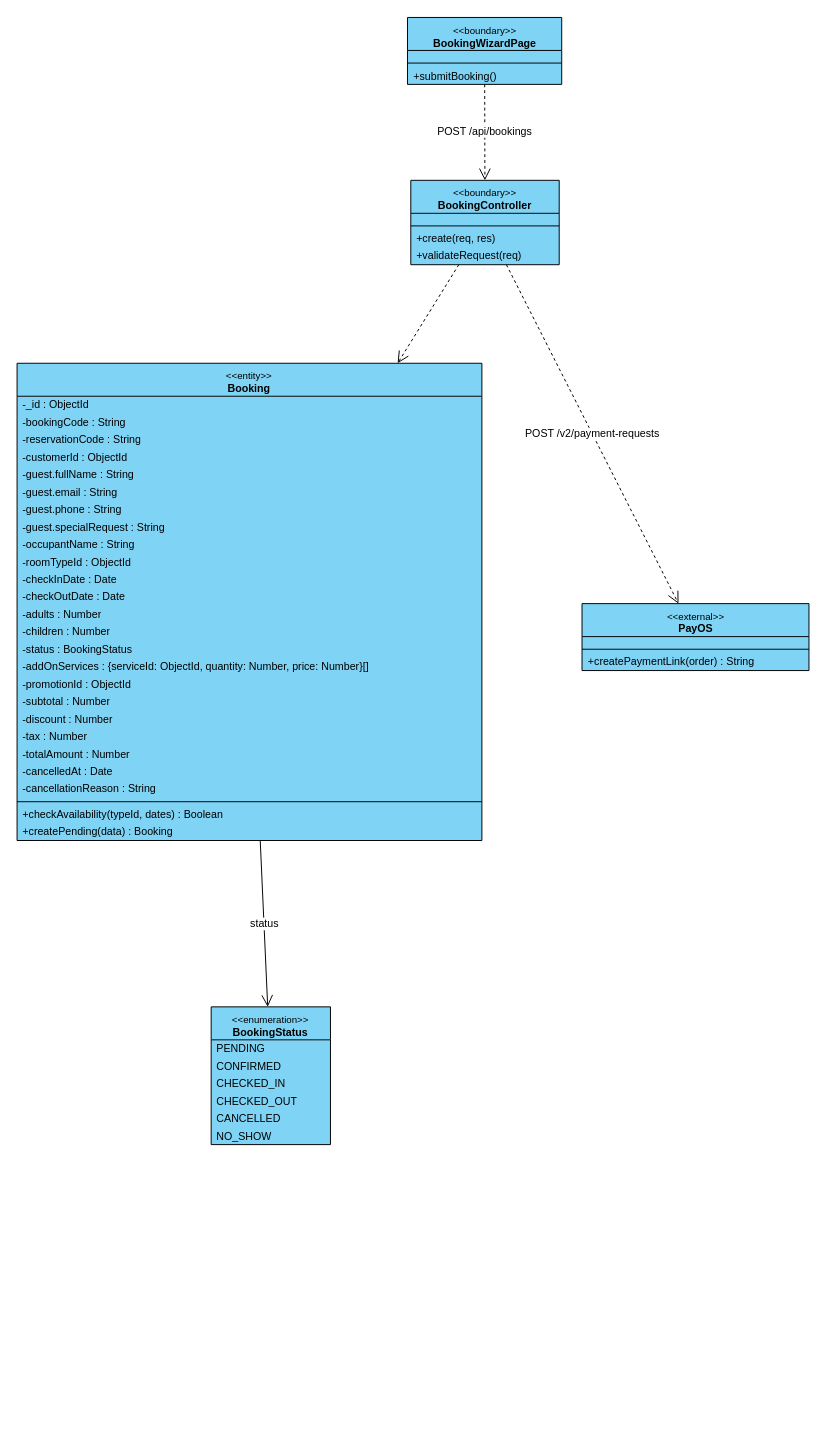
Earlier version of the draw.io diagram final/diagrams/M3_Booking-And-Customer_Diagrams/class_diagrams/CD-10_UC-G07_BookRoom.drawio (toikobi401/SWD392). Source tidied: cells renumbered, new cells numbered last; positions are measured from the earlier drawing's top-left corner, leaving out a move shared by most shapes. Both pictures are drawn from the tidied source at 97%, with x=0, y=0 at pixel (16, 16).
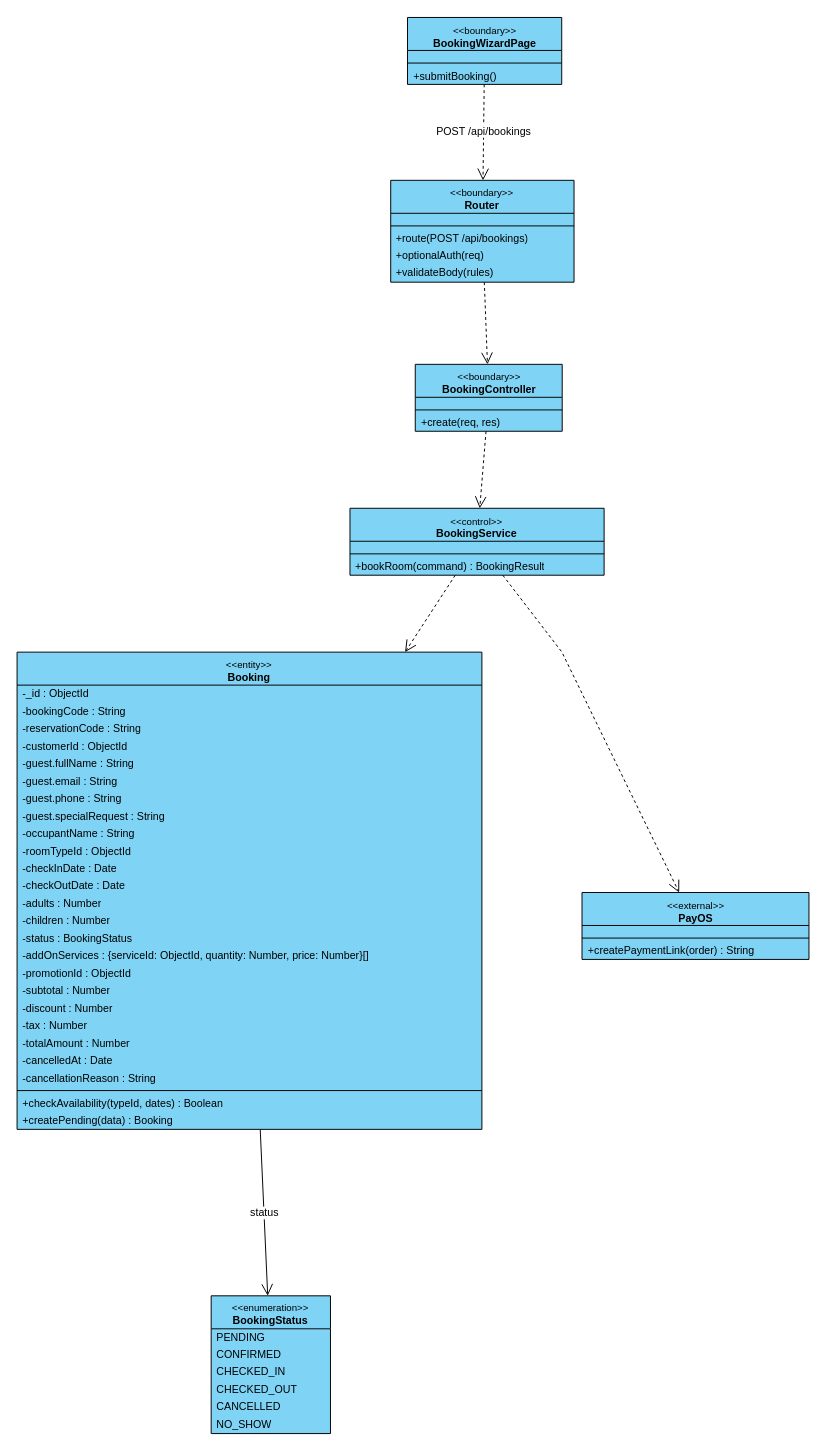
Above is the later version.

The change refers to these unchanged cells:
```xml
<mxCell id="2" value="&lt;font style=&quot;font-size:10px&quot;&gt;&amp;lt;&amp;lt;boundary&amp;gt;&amp;gt;&lt;/font&gt;&lt;br&gt;&lt;b&gt;BookingWizardPage&lt;/b&gt;" style="swimlane;fontStyle=0;align=center;verticalAlign=top;horizontal=1;startSize=34;html=1;whiteSpace=wrap;fontSize=11;fillColor=#7fd3f5;swimlaneFillColor=#7fd3f5;strokeColor=#000000;" parent="1" vertex="1">
  <mxGeometry x="402.6" y="0.5" width="159" height="69" as="geometry" />
</mxCell>
```

Diff of the diagram source:
```diff
@@
+    <mxCell id="53" value="&lt;font style=&quot;font-size:10px&quot;&gt;&amp;lt;&amp;lt;boundary&amp;gt;&amp;gt;&lt;/font&gt;&lt;br&gt;&lt;b&gt;Router&lt;/b&gt;" style="swimlane;fontStyle=0;align=center;verticalAlign=top;horizontal=1;startSize=34;html=1;whiteSpace=wrap;fontSize=11;fillColor=#7fd3f5;swimlaneFillColor=#7fd3f5;strokeColor=#000000;" parent="1" vertex="1">
+      <mxGeometry x="385.3" y="168.4" width="189" height="105" as="geometry" />
+    </mxCell>
+    <mxCell id="54" style="text;strokeColor=none;fillColor=none;html=1;" parent="53" vertex="1">
+      <mxGeometry y="34" width="189" height="9" as="geometry" />
+    </mxCell>
+    <mxCell id="55" style="line;strokeWidth=1;fillColor=none;align=left;verticalAlign=middle;spacingTop=-1;spacingLeft=3;spacingRight=3;labelPosition=right;strokeColor=#000000;" parent="53" vertex="1">
+      <mxGeometry y="43" width="189" height="8" as="geometry" />
+    </mxCell>
+    <mxCell id="56" value="+route(POST /api/bookings)" style="text;strokeColor=none;fillColor=none;align=left;verticalAlign=middle;spacingLeft=4;spacingRight=4;overflow=hidden;whiteSpace=nowrap;html=1;fontSize=11;" parent="53" vertex="1">
+      <mxGeometry y="51" width="189" height="18" as="geometry" />
+    </mxCell>
+    <mxCell id="57" value="+optionalAuth(req)" style="text;strokeColor=none;fillColor=none;align=left;verticalAlign=middle;spacingLeft=4;spacingRight=4;overflow=hidden;whiteSpace=nowrap;html=1;fontSize=11;" parent="53" vertex="1">
+      <mxGeometry y="69" width="189" height="18" as="geometry" />
+    </mxCell>
+    <mxCell id="58" value="+validateBody(rules)" style="text;strokeColor=none;fillColor=none;align=left;verticalAlign=middle;spacingLeft=4;spacingRight=4;overflow=hidden;whiteSpace=nowrap;html=1;fontSize=11;" parent="53" vertex="1">
+      <mxGeometry y="87" width="189" height="18" as="geometry" />
+    </mxCell>
     <mxCell id="6" value="&lt;font style=&quot;font-size:10px&quot;&gt;&amp;lt;&amp;lt;boundary&amp;gt;&amp;gt;&lt;/font&gt;&lt;br&gt;&lt;b&gt;BookingController&lt;/b&gt;" style="swimlane;fontStyle=0;align=center;verticalAlign=top;horizontal=1;startSize=34;html=1;whiteSpace=wrap;fontSize=11;fillColor=#7fd3f5;swimlaneFillColor=#7fd3f5;strokeColor=#000000;" parent="1" vertex="1">
-      <mxGeometry x="406" y="168.4" width="153" height="87" as="geometry" />
+      <mxGeometry x="410.6" y="358.1" width="151.5" height="69" as="geometry" />
     </mxCell>
-    <mxCell id="7" style="text;strokeColor=none;fillColor=none;html=1;" parent="6" vertex="1">
-      <mxGeometry y="34" width="153" height="9" as="geometry" />
-    </mxCell>
-    <mxCell id="8" style="line;strokeWidth=1;fillColor=none;align=left;verticalAlign=middle;spacingTop=-1;spacingLeft=3;spacingRight=3;labelPosition=right;strokeColor=#000000;" parent="6" vertex="1">
-      <mxGeometry y="43" width="153" height="8" as="geometry" />
-    </mxCell>
+    <mxCell id="59" style="text;strokeColor=none;fillColor=none;html=1;" parent="6" vertex="1">
+      <mxGeometry y="34" width="151.5" height="9" as="geometry" />
+    </mxCell>
+    <mxCell id="60" style="line;strokeWidth=1;fillColor=none;align=left;verticalAlign=middle;spacingTop=-1;spacingLeft=3;spacingRight=3;labelPosition=right;strokeColor=#000000;" parent="6" vertex="1">
+      <mxGeometry y="43" width="151.5" height="8" as="geometry" />
+    </mxCell>
     <mxCell id="9" value="+create(req, res)" style="text;strokeColor=none;fillColor=none;align=left;verticalAlign=middle;spacingLeft=4;spacingRight=4;overflow=hidden;whiteSpace=nowrap;html=1;fontSize=11;" parent="6" vertex="1">
-      <mxGeometry y="51" width="153" height="18" as="geometry" />
+      <mxGeometry y="51" width="151.5" height="18" as="geometry" />
     </mxCell>
-    <mxCell id="10" value="+validateRequest(req)" style="text;strokeColor=none;fillColor=none;align=left;verticalAlign=middle;spacingLeft=4;spacingRight=4;overflow=hidden;whiteSpace=nowrap;html=1;fontSize=11;" parent="6" vertex="1">
-      <mxGeometry y="69" width="153" height="18" as="geometry" />
-    </mxCell>
+    <mxCell id="61" value="&lt;font style=&quot;font-size:10px&quot;&gt;&amp;lt;&amp;lt;control&amp;gt;&amp;gt;&lt;/font&gt;&lt;br&gt;&lt;b&gt;BookingService&lt;/b&gt;" style="swimlane;fontStyle=0;align=center;verticalAlign=top;horizontal=1;startSize=34;html=1;whiteSpace=wrap;fontSize=11;fillColor=#7fd3f5;swimlaneFillColor=#7fd3f5;strokeColor=#000000;" parent="1" vertex="1">
+      <mxGeometry x="343.3" y="506.5" width="262" height="69" as="geometry" />
+    </mxCell>
+    <mxCell id="62" style="text;strokeColor=none;fillColor=none;html=1;" parent="61" vertex="1">
+      <mxGeometry y="34" width="262" height="9" as="geometry" />
+    </mxCell>
+    <mxCell id="63" style="line;strokeWidth=1;fillColor=none;align=left;verticalAlign=middle;spacingTop=-1;spacingLeft=3;spacingRight=3;labelPosition=right;strokeColor=#000000;" parent="61" vertex="1">
+      <mxGeometry y="43" width="262" height="8" as="geometry" />
+    </mxCell>
+    <mxCell id="64" value="+bookRoom(command) : BookingResult" style="text;strokeColor=none;fillColor=none;align=left;verticalAlign=middle;spacingLeft=4;spacingRight=4;overflow=hidden;whiteSpace=nowrap;html=1;fontSize=11;" parent="61" vertex="1">
+      <mxGeometry y="51" width="262" height="18" as="geometry" />
+    </mxCell>
     <mxCell id="11" value="&lt;font style=&quot;font-size:10px&quot;&gt;&amp;lt;&amp;lt;entity&amp;gt;&amp;gt;&lt;/font&gt;&lt;br&gt;&lt;b&gt;Booking&lt;/b&gt;" style="swimlane;fontStyle=0;align=center;verticalAlign=top;horizontal=1;startSize=34;html=1;whiteSpace=wrap;fontSize=11;fillColor=#7fd3f5;swimlaneFillColor=#7fd3f5;strokeColor=#000000;" parent="1" vertex="1">
-      <mxGeometry x="0.1" y="357" width="479.2" height="492" as="geometry" />
+      <mxGeometry x="0.1" y="654.8" width="479.2" height="492" as="geometry" />
     </mxCell>
@@
     <mxCell id="38" value="&lt;font style=&quot;font-size:10px&quot;&gt;&amp;lt;&amp;lt;enumeration&amp;gt;&amp;gt;&lt;/font&gt;&lt;br&gt;&lt;b&gt;BookingStatus&lt;/b&gt;" style="swimlane;fontStyle=0;align=center;verticalAlign=top;horizontal=1;startSize=34;html=1;whiteSpace=wrap;fontSize=11;fillColor=#7fd3f5;swimlaneFillColor=#7fd3f5;strokeColor=#000000;" parent="1" vertex="1">
-      <mxGeometry x="200.2" y="1020.5" width="123" height="142" as="geometry" />
+      <mxGeometry x="200.2" y="1318.4" width="123" height="142" as="geometry" />
     </mxCell>
@@
     <mxCell id="45" value="&lt;font style=&quot;font-size:10px&quot;&gt;&amp;lt;&amp;lt;external&amp;gt;&amp;gt;&lt;/font&gt;&lt;br&gt;&lt;b&gt;PayOS&lt;/b&gt;" style="swimlane;fontStyle=0;align=center;verticalAlign=top;horizontal=1;startSize=34;html=1;whiteSpace=wrap;fontSize=11;fillColor=#7fd3f5;swimlaneFillColor=#7fd3f5;strokeColor=#000000;" parent="1" vertex="1">
-      <mxGeometry x="582.5" y="604.8" width="234" height="69" as="geometry" />
+      <mxGeometry x="582.5" y="902.6" width="234" height="69" as="geometry" />
     </mxCell>
@@
-    <mxCell id="49" value="POST /v2/payment-requests" style="html=1;rounded=0;fontSize=11;labelBackgroundColor=#ffffff;dashed=1;endArrow=open;endSize=10;" parent="1" edge="1" source="6" target="45">
+    <mxCell id="49" value="POST /api/bookings" style="html=1;rounded=0;fontSize=11;labelBackgroundColor=#ffffff;dashed=1;endArrow=open;endSize=10;" parent="1" edge="1" source="2" target="53">
       <mxGeometry relative="1" as="geometry" />
     </mxCell>
-    <mxCell id="50" value="POST /api/bookings" style="html=1;rounded=0;fontSize=11;labelBackgroundColor=#ffffff;dashed=1;endArrow=open;endSize=10;" parent="1" edge="1" source="2" target="6">
+    <mxCell id="50" style="html=1;rounded=0;fontSize=11;labelBackgroundColor=#ffffff;dashed=1;endArrow=open;endSize=10;" parent="1" edge="1" source="53" target="6">
       <mxGeometry relative="1" as="geometry" />
     </mxCell>
-    <mxCell id="51" style="html=1;rounded=0;fontSize=11;labelBackgroundColor=#ffffff;dashed=1;endArrow=open;endSize=10;" parent="1" edge="1" source="6" target="11">
+    <mxCell id="51" style="html=1;rounded=0;fontSize=11;labelBackgroundColor=#ffffff;dashed=1;endArrow=open;endSize=10;" parent="1" edge="1" source="6" target="61">
       <mxGeometry relative="1" as="geometry" />
     </mxCell>
-    <mxCell id="52" value="status" style="html=1;rounded=0;fontSize=11;labelBackgroundColor=#ffffff;endArrow=open;endSize=10;" parent="1" edge="1" source="11" target="38">
+    <mxCell id="52" style="html=1;rounded=0;fontSize=11;labelBackgroundColor=#ffffff;dashed=1;endArrow=open;endSize=10;" parent="1" edge="1" source="61" target="11">
       <mxGeometry relative="1" as="geometry" />
     </mxCell>
+    <mxCell id="65" style="html=1;rounded=0;fontSize=11;labelBackgroundColor=#ffffff;dashed=1;endArrow=open;endSize=10;" parent="1" edge="1" source="61" target="45">
+      <mxGeometry relative="1" as="geometry">
+        <Array as="points">
+          <mxPoint x="561.8" y="654.8" />
+        </Array>
+      </mxGeometry>
+    </mxCell>
+    <mxCell id="66" value="status" style="html=1;rounded=0;fontSize=11;labelBackgroundColor=#ffffff;endArrow=open;endSize=10;" parent="1" edge="1" source="11" target="38">
+      <mxGeometry relative="1" as="geometry" />
+    </mxCell>
```
